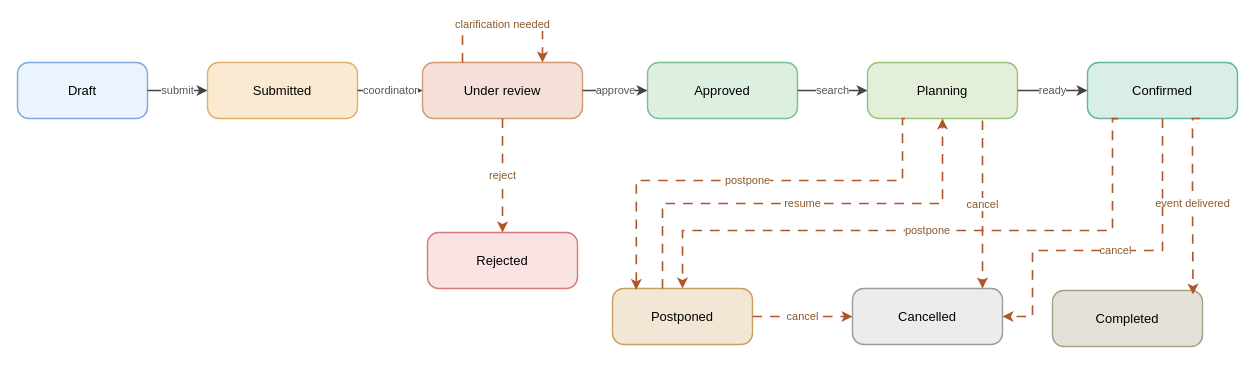
The draw.io diagram docs/ConnectSphere_Status_Lifecycle.drawio in kchoongg/IS212, before the edit. Source tidied: cells renumbered, new cells numbered last; positions are measured from the earlier drawing's top-left corner, leaving out a move shared by most shapes. Both pictures are drawn from the tidied source at 100%, with x=0, y=0 at pixel (17, 24).
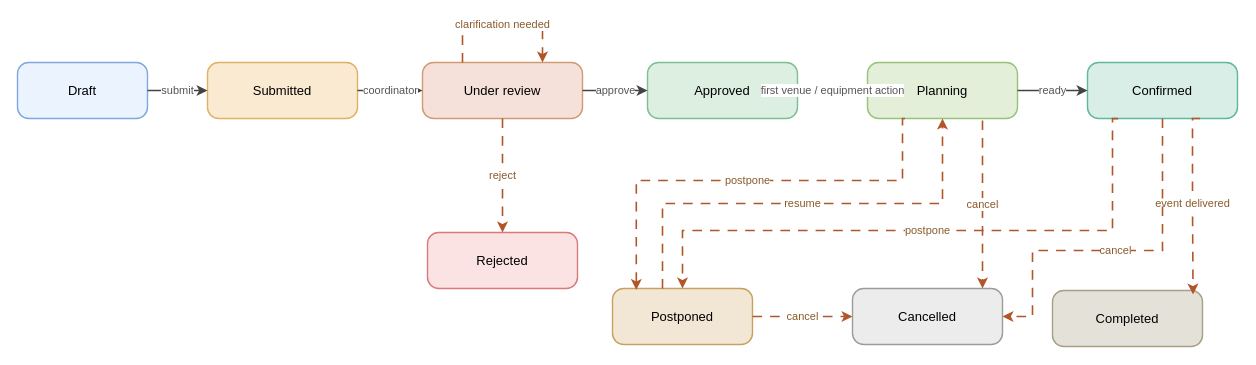
After the change.

Unchanged cells that the change refers to:
```xml
<mxCell id="6" value="Approved" style="rounded=1;arcSize=20;whiteSpace=wrap;html=1;fontSize=13;strokeWidth=1.4;fillColor=#DCEFE1;strokeColor=#7DBE94;" parent="1" vertex="1">
  <mxGeometry x="630" y="38" width="150" height="56" as="geometry" />
</mxCell>
<mxCell id="7" value="Planning" style="rounded=1;arcSize=20;whiteSpace=wrap;html=1;fontSize=13;strokeWidth=1.4;fillColor=#E3EFD9;strokeColor=#96C378;" parent="1" vertex="1">
  <mxGeometry x="850" y="38" width="150" height="56" as="geometry" />
</mxCell>
```

Diff of the diagram source:
```diff
@@
-    <mxCell id="17" value="search" style="edgeStyle=orthogonalEdgeStyle;rounded=0;html=1;strokeColor=#444444;strokeWidth=1.6;fontSize=11;fontColor=#555555;jettySize=auto;exitX=1;exitY=0.5;exitDx=0;exitDy=0;entryX=0;entryY=0.5;entryDx=0;entryDy=0;" parent="1" edge="1" source="6" target="7">
+    <mxCell id="17" value="first venue / equipment action" style="edgeStyle=orthogonalEdgeStyle;rounded=0;html=1;strokeColor=#444444;strokeWidth=1.6;fontSize=11;fontColor=#555555;jettySize=auto;exitX=1;exitY=0.5;exitDx=0;exitDy=0;entryX=0;entryY=0.5;entryDx=0;entryDy=0;" parent="1" edge="1" source="6" target="7">
       <mxGeometry relative="1" as="geometry" />
     </mxCell>
```
